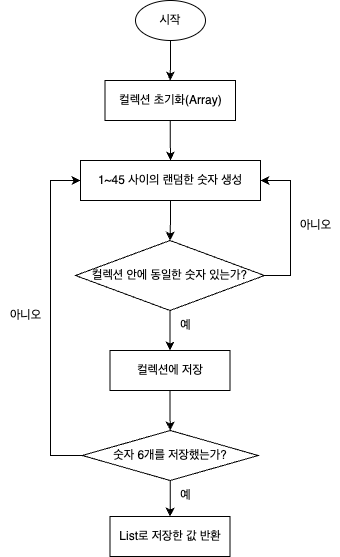
Earlier version of the draw.io export CodeStarterCamp_Week2/로또당첨번호생성기_순서도.png (yagom-academy/swift-starter-Round2). Source tidied: cells renumbered, new cells last; positions are measured from the earlier drawing's top-left corner, leaving out a move shared by most shapes.
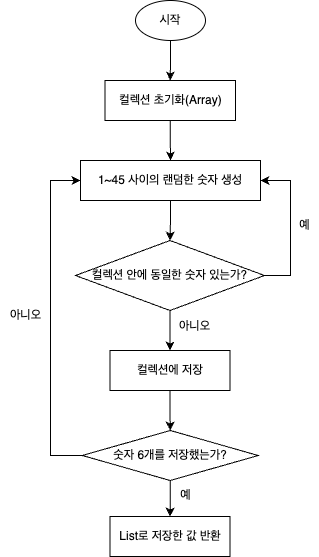
After the change.

Commit message:
step1 로또당첨번호생성기_순서도_수정

Change to the diagram source:
```diff
@@ -57,14 +57,14 @@
     <mxCell id="16" value="숫자 6개를 저장했는가?" style="rhombus;whiteSpace=wrap;html=1;" parent="1" vertex="1">
       <mxGeometry x="81.8" y="430" width="176" height="50" as="geometry" />
     </mxCell>
-    <mxCell id="17" value="아니오" style="text;html=1;align=center;verticalAlign=middle;strokeColor=none;fillColor=none;" parent="1" vertex="1">
-      <mxGeometry x="290" y="210" width="50" height="30" as="geometry" />
+    <mxCell id="17" value="예" style="text;html=1;align=center;verticalAlign=middle;strokeColor=none;fillColor=none;" parent="1" vertex="1">
+      <mxGeometry x="289" y="210" width="30" height="30" as="geometry" />
     </mxCell>
     <mxCell id="18" value="아니오" style="text;html=1;align=center;verticalAlign=middle;strokeColor=none;fillColor=none;" parent="1" vertex="1">
       <mxGeometry y="300" width="50" height="30" as="geometry" />
     </mxCell>
-    <mxCell id="19" value="예" style="text;html=1;align=center;verticalAlign=middle;strokeColor=none;fillColor=none;" parent="1" vertex="1">
-      <mxGeometry x="170" y="310" width="30" height="30" as="geometry" />
+    <mxCell id="19" value="아니오" style="text;html=1;align=center;verticalAlign=middle;strokeColor=none;fillColor=none;" parent="1" vertex="1">
+      <mxGeometry x="169" y="311" width="50" height="30" as="geometry" />
     </mxCell>
     <mxCell id="20" value="예" style="text;html=1;align=center;verticalAlign=middle;strokeColor=none;fillColor=none;" parent="1" vertex="1">
       <mxGeometry x="170" y="480" width="30" height="30" as="geometry" />
```
